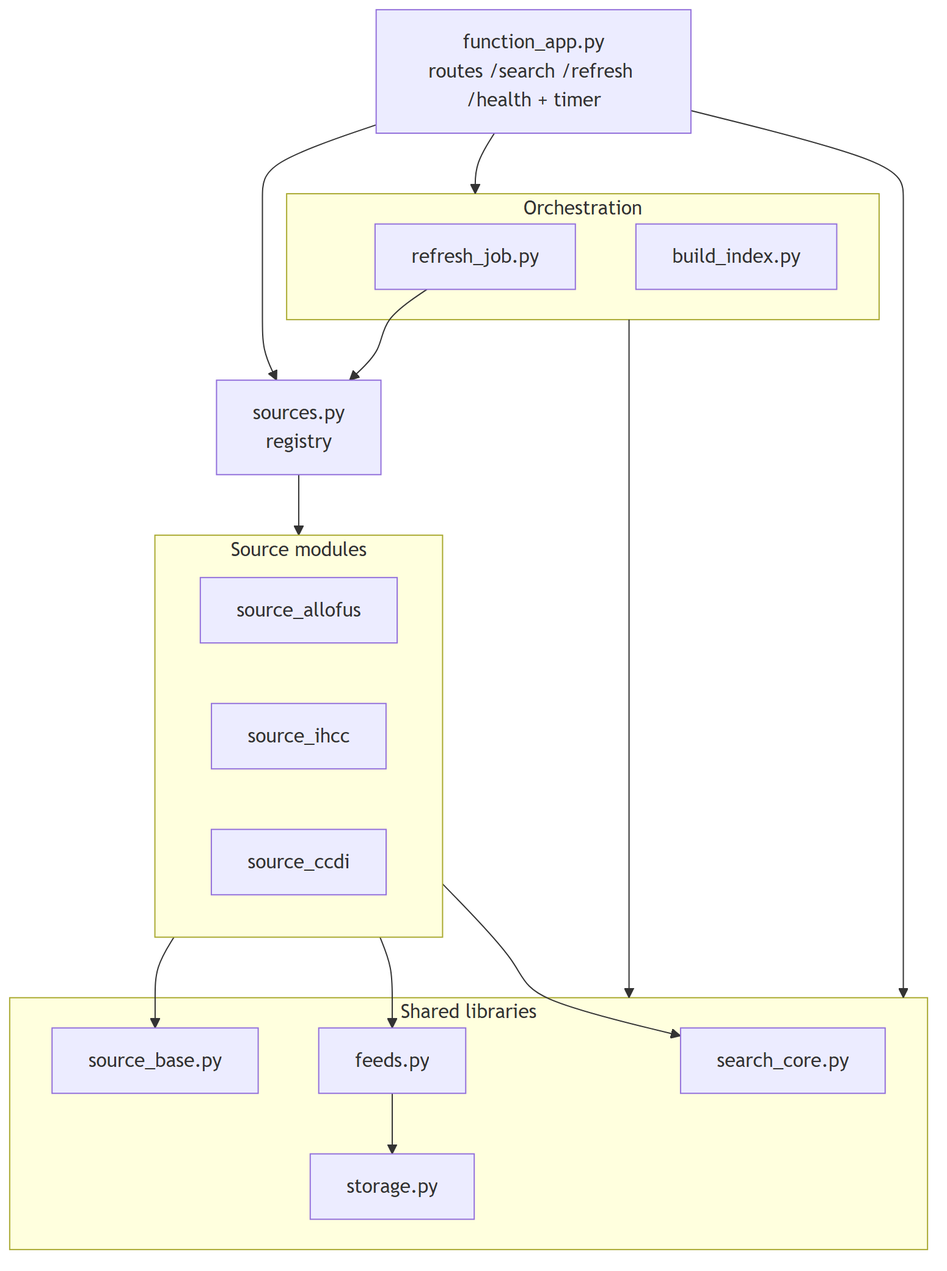
This is docs/diagrams/2-module-map.png from SteveCInVA/AllofUs-Agent, a Mermaid export, as it was before one commit. Its source is kept beside it as docs/diagrams/2-module-map.mmd.
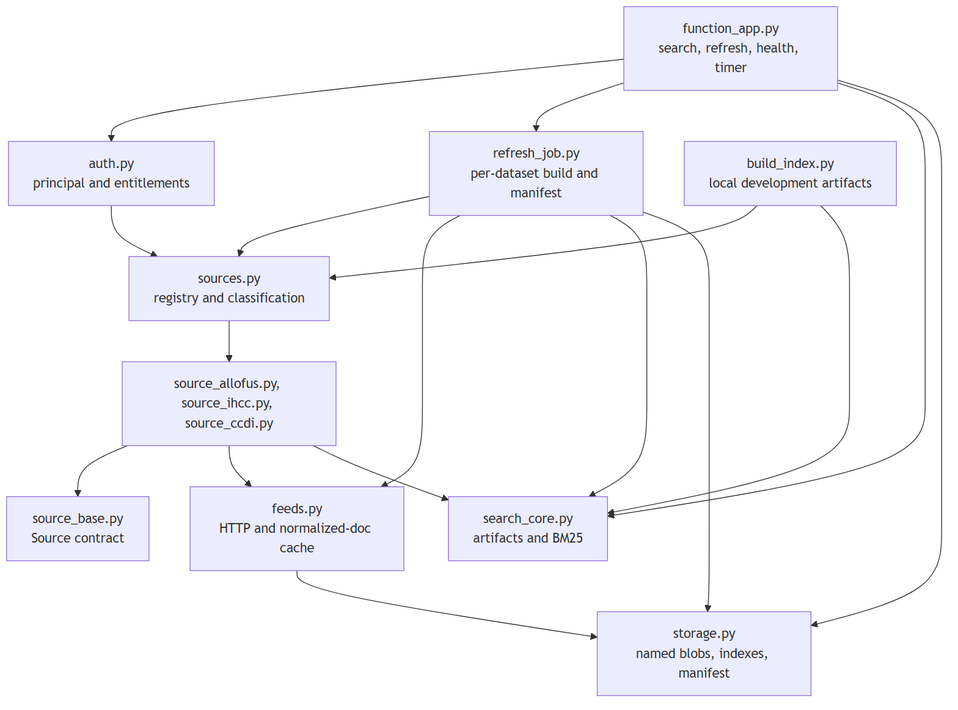
The same diagram one commit later.

The edit, as a diff of the source:
```diff
@@ -1,38 +1,27 @@
 flowchart TB
-    FA["function_app.py<br/>routes /search /refresh /health + timer"]
-
-    subgraph ORCH["Orchestration"]
-      direction LR
-      RJ["refresh_job.py"]
-      BI["build_index.py"]
-    end
-
-    REG["sources.py<br/>registry"]
-
-    subgraph SRCMODS["Source modules"]
-      direction LR
-      SA["source_allofus"]
-      SI["source_ihcc"]
-      SD["source_ccdi"]
-    end
-
-    subgraph SHARED["Shared libraries"]
-      direction LR
-      SC["search_core.py"]
-      FEED["feeds.py"]
-      ST["storage.py"]
-      SB["source_base.py"]
-    end
-
-    FA --> ORCH
-    FA --> REG
+    FA["function_app.py<br/>search, refresh, health, timer"]
+    AUTH["auth.py<br/>principal and entitlements"]
+    RJ["refresh_job.py<br/>per-dataset build and manifest"]
+    BI["build_index.py<br/>local development artifacts"]
+    REG["sources.py<br/>registry and classification"]
+    SRC["source_allofus.py, source_ihcc.py, source_ccdi.py"]
+    SB["source_base.py<br/>Source contract"]
+    FEED["feeds.py<br/>HTTP and normalized-doc cache"]
+    SC["search_core.py<br/>artifacts and BM25"]
+    ST["storage.py<br/>named blobs, indexes, manifest"]
+    FA --> AUTH
+    FA --> RJ
+    FA --> SC
+    FA --> ST
+    AUTH --> REG
     RJ --> REG
-    REG --> SRCMODS
-
-    SRCMODS --> SB
-    SRCMODS --> FEED
-    SRCMODS --> SC
-
-    ORCH --> SHARED
-    FA --> SHARED
+    RJ --> FEED
+    RJ --> SC
+    RJ --> ST
+    BI --> REG
+    BI --> SC
+    REG --> SRC
+    SRC --> SB
+    SRC --> FEED
+    SRC --> SC
     FEED --> ST
```
